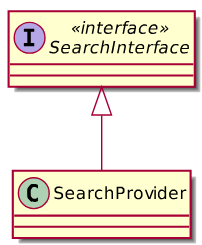
2DGD-F0TH/2DGD_F0TH keeps this PlantUML diagram as images/computer_science/interface.svg. Above is the earlier version. Its source is kept beside it as raw_resources/images/computer_science/interface.puml.
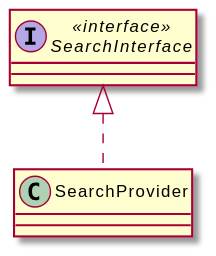
After the commit.

Commit message:
Fixed images and ordering in class UML lesson (003)

The edit, as a diff of the source:
```diff
@@ -4,6 +4,6 @@
 
 class SearchProvider
 
-SearchInterface <|-- SearchProvider
+SearchInterface <|.. SearchProvider
 
 @enduml
```
